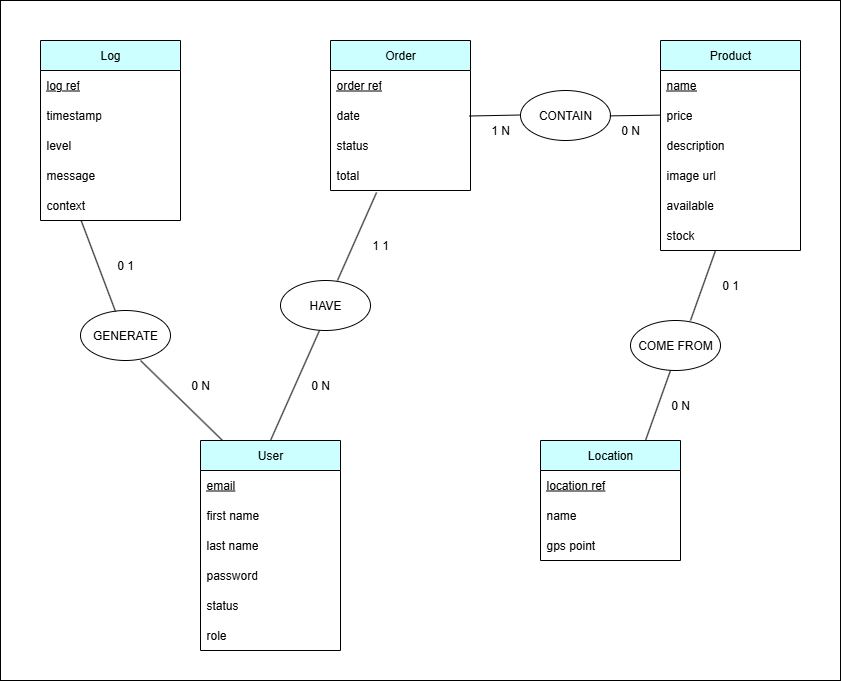
Before: documents/Apothéose/merise/mcd/MCD_GreenRoots.drawio.png, a diagram exported from draw.io (Salyarket/GreenRoots-Conception). Source tidied: cells renumbered, new cells last; positions are measured from the earlier drawing's top-left corner, leaving out a move shared by most shapes. Source of this version:
```xml
<mxGraphModel>
  <root>
    <mxCell id="0" />
    <mxCell id="1" parent="0" />
    <mxCell id="2" style="rounded=0;whiteSpace=wrap;html=1;" parent="1" vertex="1">
      <mxGeometry width="840" height="680" as="geometry" />
    </mxCell>
    <mxCell id="3" value="User" style="swimlane;fontStyle=0;horizontal=1;startSize=30;whiteSpace=wrap;html=1;fillColor=#CCFFFF;" parent="1" vertex="1">
      <mxGeometry x="200" y="440" width="140" height="210" as="geometry" />
    </mxCell>
    <mxCell id="4" value="&lt;u&gt;email&lt;/u&gt;" style="text;strokeColor=none;fillColor=none;align=left;verticalAlign=middle;spacingLeft=4;spacingRight=4;overflow=hidden;whiteSpace=wrap;html=1;" parent="3" vertex="1">
      <mxGeometry y="30" width="140" height="30" as="geometry" />
    </mxCell>
    <mxCell id="5" value="first name" style="text;strokeColor=none;fillColor=none;align=left;verticalAlign=middle;spacingLeft=4;spacingRight=4;overflow=hidden;whiteSpace=wrap;html=1;" parent="3" vertex="1">
      <mxGeometry y="60" width="140" height="30" as="geometry" />
    </mxCell>
    <mxCell id="6" value="last name" style="text;strokeColor=none;fillColor=none;align=left;verticalAlign=middle;spacingLeft=4;spacingRight=4;overflow=hidden;whiteSpace=wrap;html=1;" parent="3" vertex="1">
      <mxGeometry y="90" width="140" height="30" as="geometry" />
    </mxCell>
    <mxCell id="7" value="password" style="text;strokeColor=none;fillColor=none;align=left;verticalAlign=middle;spacingLeft=4;spacingRight=4;overflow=hidden;whiteSpace=wrap;html=1;" parent="3" vertex="1">
      <mxGeometry y="120" width="140" height="30" as="geometry" />
    </mxCell>
    <mxCell id="8" value="status" style="text;strokeColor=none;fillColor=none;align=left;verticalAlign=middle;spacingLeft=4;spacingRight=4;overflow=hidden;whiteSpace=wrap;html=1;" parent="3" vertex="1">
      <mxGeometry y="150" width="140" height="30" as="geometry" />
    </mxCell>
    <mxCell id="9" value="role" style="text;strokeColor=none;fillColor=none;align=left;verticalAlign=middle;spacingLeft=4;spacingRight=4;overflow=hidden;whiteSpace=wrap;html=1;" parent="3" vertex="1">
      <mxGeometry y="180" width="140" height="30" as="geometry" />
    </mxCell>
    <mxCell id="10" value="Product" style="swimlane;fontStyle=0;horizontal=1;startSize=30;whiteSpace=wrap;html=1;fillColor=#CCFFFF;" parent="1" vertex="1">
      <mxGeometry x="660" y="40" width="140" height="210" as="geometry" />
    </mxCell>
    <mxCell id="11" value="&lt;u&gt;name&lt;/u&gt;" style="text;strokeColor=none;fillColor=none;align=left;verticalAlign=middle;spacingLeft=4;spacingRight=4;overflow=hidden;whiteSpace=wrap;html=1;" parent="10" vertex="1">
      <mxGeometry y="30" width="140" height="30" as="geometry" />
    </mxCell>
    <mxCell id="12" value="price" style="text;strokeColor=none;fillColor=none;align=left;verticalAlign=middle;spacingLeft=4;spacingRight=4;overflow=hidden;whiteSpace=wrap;html=1;" parent="10" vertex="1">
      <mxGeometry y="60" width="140" height="30" as="geometry" />
    </mxCell>
    <mxCell id="13" value="description" style="text;strokeColor=none;fillColor=none;align=left;verticalAlign=middle;spacingLeft=4;spacingRight=4;overflow=hidden;whiteSpace=wrap;html=1;" parent="10" vertex="1">
      <mxGeometry y="90" width="140" height="30" as="geometry" />
    </mxCell>
    <mxCell id="14" value="image url" style="text;strokeColor=none;fillColor=none;align=left;verticalAlign=middle;spacingLeft=4;spacingRight=4;overflow=hidden;whiteSpace=wrap;html=1;" parent="10" vertex="1">
      <mxGeometry y="120" width="140" height="30" as="geometry" />
    </mxCell>
    <mxCell id="15" value="available" style="text;strokeColor=none;fillColor=none;align=left;verticalAlign=middle;spacingLeft=4;spacingRight=4;overflow=hidden;whiteSpace=wrap;html=1;" parent="10" vertex="1">
      <mxGeometry y="150" width="140" height="30" as="geometry" />
    </mxCell>
    <mxCell id="16" value="stock" style="text;strokeColor=none;fillColor=none;align=left;verticalAlign=middle;spacingLeft=4;spacingRight=4;overflow=hidden;whiteSpace=wrap;html=1;" parent="10" vertex="1">
      <mxGeometry y="180" width="140" height="30" as="geometry" />
    </mxCell>
    <mxCell id="17" value="Location" style="swimlane;fontStyle=0;horizontal=1;startSize=30;whiteSpace=wrap;html=1;fillColor=#CCFFFF;" parent="1" vertex="1">
      <mxGeometry x="540" y="440" width="140" height="120" as="geometry" />
    </mxCell>
    <mxCell id="18" value="&lt;u&gt;location ref&lt;/u&gt;" style="text;strokeColor=none;fillColor=none;align=left;verticalAlign=middle;spacingLeft=4;spacingRight=4;overflow=hidden;whiteSpace=wrap;html=1;" parent="17" vertex="1">
      <mxGeometry y="30" width="140" height="30" as="geometry" />
    </mxCell>
    <mxCell id="19" value="name" style="text;strokeColor=none;fillColor=none;align=left;verticalAlign=middle;spacingLeft=4;spacingRight=4;overflow=hidden;whiteSpace=wrap;html=1;" parent="17" vertex="1">
      <mxGeometry y="60" width="140" height="30" as="geometry" />
    </mxCell>
    <mxCell id="20" value="gps point" style="text;strokeColor=none;fillColor=none;align=left;verticalAlign=middle;spacingLeft=4;spacingRight=4;overflow=hidden;whiteSpace=wrap;html=1;" parent="17" vertex="1">
      <mxGeometry y="90" width="140" height="30" as="geometry" />
    </mxCell>
    <mxCell id="21" value="Order" style="swimlane;fontStyle=0;horizontal=1;startSize=30;whiteSpace=wrap;html=1;fillColor=#CCFFFF;" parent="1" vertex="1">
      <mxGeometry x="330" y="40" width="140" height="150" as="geometry" />
    </mxCell>
    <mxCell id="22" value="&lt;u&gt;order ref&lt;/u&gt;" style="text;strokeColor=none;fillColor=none;align=left;verticalAlign=middle;spacingLeft=4;spacingRight=4;overflow=hidden;whiteSpace=wrap;html=1;" parent="21" vertex="1">
      <mxGeometry y="30" width="140" height="30" as="geometry" />
    </mxCell>
    <mxCell id="23" value="date" style="text;strokeColor=none;fillColor=none;align=left;verticalAlign=middle;spacingLeft=4;spacingRight=4;overflow=hidden;whiteSpace=wrap;html=1;" parent="21" vertex="1">
      <mxGeometry y="60" width="140" height="30" as="geometry" />
    </mxCell>
    <mxCell id="24" value="status" style="text;strokeColor=none;fillColor=none;align=left;verticalAlign=middle;spacingLeft=4;spacingRight=4;overflow=hidden;whiteSpace=wrap;html=1;" parent="21" vertex="1">
      <mxGeometry y="90" width="140" height="30" as="geometry" />
    </mxCell>
    <mxCell id="25" value="total" style="text;strokeColor=none;fillColor=none;align=left;verticalAlign=middle;spacingLeft=4;spacingRight=4;overflow=hidden;points=[[0,0.5],[1,0.5]];portConstraint=eastwest;whiteSpace=wrap;html=1;" parent="21" vertex="1">
      <mxGeometry y="120" width="140" height="30" as="geometry" />
    </mxCell>
    <mxCell id="26" value="Log" style="swimlane;fontStyle=0;horizontal=1;startSize=30;whiteSpace=wrap;html=1;fillColor=#CCFFFF;" parent="1" vertex="1">
      <mxGeometry x="40" y="40" width="140" height="180" as="geometry" />
    </mxCell>
    <mxCell id="27" value="&lt;u&gt;log ref&lt;/u&gt;" style="text;strokeColor=none;fillColor=none;align=left;verticalAlign=middle;spacingLeft=4;spacingRight=4;overflow=hidden;whiteSpace=wrap;html=1;" parent="26" vertex="1">
      <mxGeometry y="30" width="140" height="30" as="geometry" />
    </mxCell>
    <mxCell id="28" value="timestamp" style="text;strokeColor=none;fillColor=none;align=left;verticalAlign=middle;spacingLeft=4;spacingRight=4;overflow=hidden;whiteSpace=wrap;html=1;" parent="26" vertex="1">
      <mxGeometry y="60" width="140" height="30" as="geometry" />
    </mxCell>
    <mxCell id="29" value="level" style="text;strokeColor=none;fillColor=none;align=left;verticalAlign=middle;spacingLeft=4;spacingRight=4;overflow=hidden;whiteSpace=wrap;html=1;" parent="26" vertex="1">
      <mxGeometry y="90" width="140" height="30" as="geometry" />
    </mxCell>
    <mxCell id="30" value="message" style="text;strokeColor=none;fillColor=none;align=left;verticalAlign=middle;spacingLeft=4;spacingRight=4;overflow=hidden;whiteSpace=wrap;html=1;" parent="26" vertex="1">
      <mxGeometry y="120" width="140" height="30" as="geometry" />
    </mxCell>
    <mxCell id="31" value="context" style="text;strokeColor=none;fillColor=none;align=left;verticalAlign=middle;spacingLeft=4;spacingRight=4;overflow=hidden;points=[[0,0.5],[1,0.5]];portConstraint=eastwest;whiteSpace=wrap;html=1;" parent="26" vertex="1">
      <mxGeometry y="150" width="140" height="30" as="geometry" />
    </mxCell>
    <mxCell id="32" value="CONTAIN" style="ellipse;whiteSpace=wrap;html=1;" parent="1" vertex="1">
      <mxGeometry x="520" y="90" width="90" height="50" as="geometry" />
    </mxCell>
    <mxCell id="33" value="COME FROM" style="ellipse;whiteSpace=wrap;html=1;" parent="1" vertex="1">
      <mxGeometry x="630" y="320" width="90" height="50" as="geometry" />
    </mxCell>
    <mxCell id="34" value="HAVE" style="ellipse;whiteSpace=wrap;html=1;" parent="1" vertex="1">
      <mxGeometry x="280" y="280" width="90" height="50" as="geometry" />
    </mxCell>
    <mxCell id="35" style="endArrow=none;html=1;rounded=0;entryX=0.329;entryY=1.067;entryDx=0;entryDy=0;entryPerimeter=0;exitX=0.633;exitY=0;exitDx=0;exitDy=0;exitPerimeter=0;" parent="1" edge="1" source="34" target="25">
      <mxGeometry relative="1" as="geometry" />
    </mxCell>
    <mxCell id="36" style="endArrow=none;html=1;rounded=0;exitX=0.75;exitY=0;exitDx=0;exitDy=0;" parent="1" edge="1" source="17">
      <mxGeometry relative="1" as="geometry">
        <mxPoint x="670" y="370" as="targetPoint" />
      </mxGeometry>
    </mxCell>
    <mxCell id="37" style="endArrow=none;html=1;rounded=0;exitX=0.75;exitY=0;exitDx=0;exitDy=0;" parent="1" edge="1">
      <mxGeometry relative="1" as="geometry">
        <mxPoint x="690" y="320" as="sourcePoint" />
        <mxPoint x="715" y="250" as="targetPoint" />
      </mxGeometry>
    </mxCell>
    <mxCell id="38" style="endArrow=none;html=1;rounded=0;entryX=0.329;entryY=1.067;entryDx=0;entryDy=0;entryPerimeter=0;exitX=0.5;exitY=0;exitDx=0;exitDy=0;" parent="1" edge="1" source="3">
      <mxGeometry relative="1" as="geometry">
        <mxPoint x="319" y="330" as="targetPoint" />
      </mxGeometry>
    </mxCell>
    <mxCell id="39" style="endArrow=none;html=1;rounded=0;entryX=0.008;entryY=0.585;entryDx=0;entryDy=0;entryPerimeter=0;" parent="1" edge="1">
      <mxGeometry relative="1" as="geometry">
        <mxPoint x="609.3" y="115.4" as="sourcePoint" />
        <mxPoint x="660" y="114.6" as="targetPoint" />
      </mxGeometry>
    </mxCell>
    <mxCell id="40" style="endArrow=none;html=1;rounded=0;entryX=0.008;entryY=0.585;entryDx=0;entryDy=0;entryPerimeter=0;" parent="1" edge="1">
      <mxGeometry relative="1" as="geometry">
        <mxPoint x="469" y="115.5" as="sourcePoint" />
        <mxPoint x="520" y="114.5" as="targetPoint" />
      </mxGeometry>
    </mxCell>
    <mxCell id="41" value="GENERATE" style="ellipse;whiteSpace=wrap;html=1;" parent="1" vertex="1">
      <mxGeometry x="80" y="310" width="90" height="50" as="geometry" />
    </mxCell>
    <mxCell id="42" style="endArrow=none;html=1;rounded=0;exitX=0.157;exitY=0;exitDx=0;exitDy=0;exitPerimeter=0;" parent="1" edge="1" source="3">
      <mxGeometry relative="1" as="geometry">
        <mxPoint x="140" y="360" as="targetPoint" />
      </mxGeometry>
    </mxCell>
    <mxCell id="43" style="endArrow=none;html=1;rounded=0;exitX=0.389;exitY=0.04;exitDx=0;exitDy=0;exitPerimeter=0;entryX=0.29;entryY=0.996;entryDx=0;entryDy=0;entryPerimeter=0;" parent="1" edge="1" target="31">
      <mxGeometry relative="1" as="geometry">
        <mxPoint x="115" y="311" as="sourcePoint" />
      </mxGeometry>
    </mxCell>
    <mxCell id="44" value="0 N" style="text;html=1;align=center;verticalAlign=middle;whiteSpace=wrap;rounded=0;" parent="1" vertex="1">
      <mxGeometry x="290" y="370" width="60" height="30" as="geometry" />
    </mxCell>
    <mxCell id="45" value="1 1" style="text;html=1;align=center;verticalAlign=middle;whiteSpace=wrap;rounded=0;" parent="1" vertex="1">
      <mxGeometry x="350" y="230" width="60" height="30" as="geometry" />
    </mxCell>
    <mxCell id="46" value="0 1" style="text;html=1;align=center;verticalAlign=middle;whiteSpace=wrap;rounded=0;" parent="1" vertex="1">
      <mxGeometry x="700" y="270" width="60" height="30" as="geometry" />
    </mxCell>
    <mxCell id="47" value="0 N" style="text;html=1;align=center;verticalAlign=middle;whiteSpace=wrap;rounded=0;" parent="1" vertex="1">
      <mxGeometry x="650" y="390" width="60" height="30" as="geometry" />
    </mxCell>
    <mxCell id="48" value="0 N" style="text;html=1;align=center;verticalAlign=middle;whiteSpace=wrap;rounded=0;" parent="1" vertex="1">
      <mxGeometry x="170" y="370" width="60" height="30" as="geometry" />
    </mxCell>
    <mxCell id="49" value="0 1" style="text;html=1;align=center;verticalAlign=middle;whiteSpace=wrap;rounded=0;" parent="1" vertex="1">
      <mxGeometry x="95" y="250" width="60" height="30" as="geometry" />
    </mxCell>
    <mxCell id="50" value="0 N" style="text;html=1;align=center;verticalAlign=middle;whiteSpace=wrap;rounded=0;" parent="1" vertex="1">
      <mxGeometry x="600" y="115" width="60" height="30" as="geometry" />
    </mxCell>
    <mxCell id="51" value="1 N" style="text;html=1;align=center;verticalAlign=middle;whiteSpace=wrap;rounded=0;" parent="1" vertex="1">
      <mxGeometry x="470" y="115" width="60" height="30" as="geometry" />
    </mxCell>
  </root>
</mxGraphModel>
```
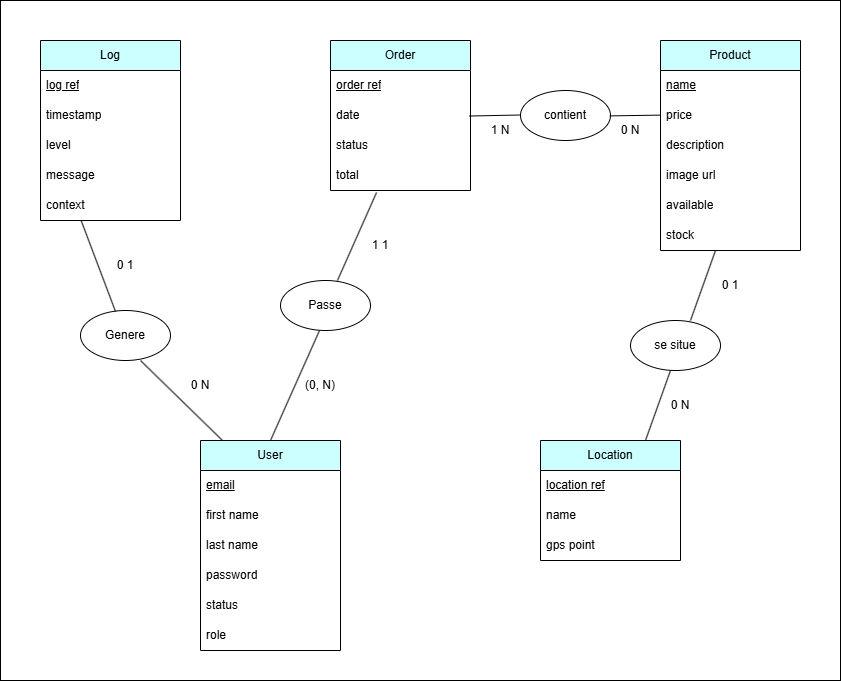
After the commit.

The edit, as a diff of the source:
```diff
@@ -92,13 +92,13 @@
     <mxCell id="31" value="context" style="text;strokeColor=none;fillColor=none;align=left;verticalAlign=middle;spacingLeft=4;spacingRight=4;overflow=hidden;points=[[0,0.5],[1,0.5]];portConstraint=eastwest;whiteSpace=wrap;html=1;" parent="26" vertex="1">
       <mxGeometry y="150" width="140" height="30" as="geometry" />
     </mxCell>
-    <mxCell id="32" value="CONTAIN" style="ellipse;whiteSpace=wrap;html=1;" parent="1" vertex="1">
+    <mxCell id="32" value="contient" style="ellipse;whiteSpace=wrap;html=1;" parent="1" vertex="1">
       <mxGeometry x="520" y="90" width="90" height="50" as="geometry" />
     </mxCell>
-    <mxCell id="33" value="COME FROM" style="ellipse;whiteSpace=wrap;html=1;" parent="1" vertex="1">
+    <mxCell id="33" value="se situe" style="ellipse;whiteSpace=wrap;html=1;" parent="1" vertex="1">
       <mxGeometry x="630" y="320" width="90" height="50" as="geometry" />
     </mxCell>
-    <mxCell id="34" value="HAVE" style="ellipse;whiteSpace=wrap;html=1;" parent="1" vertex="1">
+    <mxCell id="34" value="Passe" style="ellipse;whiteSpace=wrap;html=1;" parent="1" vertex="1">
       <mxGeometry x="280" y="280" width="90" height="50" as="geometry" />
     </mxCell>
     <mxCell id="35" style="endArrow=none;html=1;rounded=0;entryX=0.329;entryY=1.067;entryDx=0;entryDy=0;entryPerimeter=0;exitX=0.633;exitY=0;exitDx=0;exitDy=0;exitPerimeter=0;" parent="1" edge="1" source="34" target="25">
@@ -132,7 +132,7 @@
         <mxPoint x="520" y="114.5" as="targetPoint" />
       </mxGeometry>
     </mxCell>
-    <mxCell id="41" value="GENERATE" style="ellipse;whiteSpace=wrap;html=1;" parent="1" vertex="1">
+    <mxCell id="41" value="Genere" style="ellipse;whiteSpace=wrap;html=1;" parent="1" vertex="1">
       <mxGeometry x="80" y="310" width="90" height="50" as="geometry" />
     </mxCell>
     <mxCell id="42" style="endArrow=none;html=1;rounded=0;exitX=0.157;exitY=0;exitDx=0;exitDy=0;exitPerimeter=0;" parent="1" edge="1" source="3">
@@ -145,7 +145,7 @@
         <mxPoint x="115" y="311" as="sourcePoint" />
       </mxGeometry>
     </mxCell>
-    <mxCell id="44" value="0 N" style="text;html=1;align=center;verticalAlign=middle;whiteSpace=wrap;rounded=0;" parent="1" vertex="1">
+    <mxCell id="44" value="(0, N)" style="text;html=1;align=center;verticalAlign=middle;whiteSpace=wrap;rounded=0;" parent="1" vertex="1">
       <mxGeometry x="290" y="370" width="60" height="30" as="geometry" />
     </mxCell>
     <mxCell id="45" value="1 1" style="text;html=1;align=center;verticalAlign=middle;whiteSpace=wrap;rounded=0;" parent="1" vertex="1">
```
